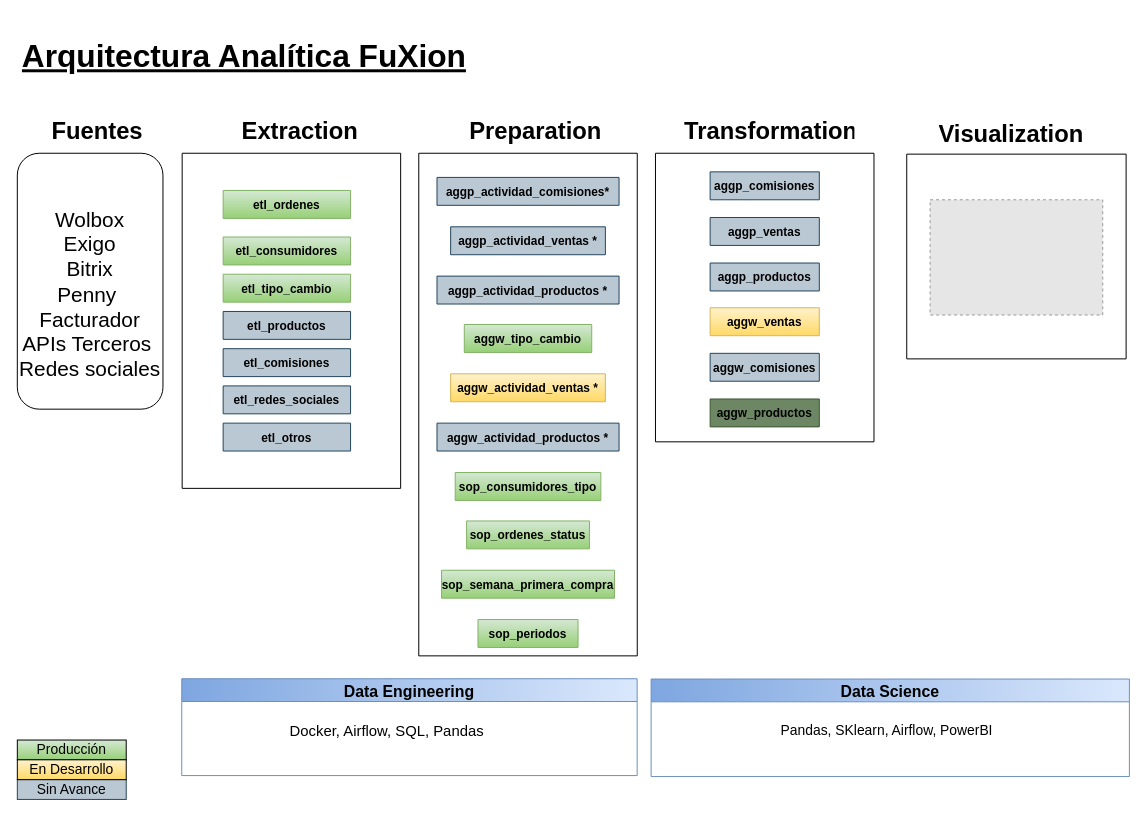
The draw.io diagram page "Architecture High Level" (2 of 4) of fuXion_model.drawio in calobetoleon/fuxion_design, before the edit. Source tidied: cells renumbered, new cells numbered last; positions are measured from the earlier drawing's top-left corner, leaving out a move shared by most shapes. Both pictures are drawn from the tidied source at 99%, with x=0, y=0 at pixel (17, 27). Pictures stored in the file or linked from it are replaced by grey dashed boxes.
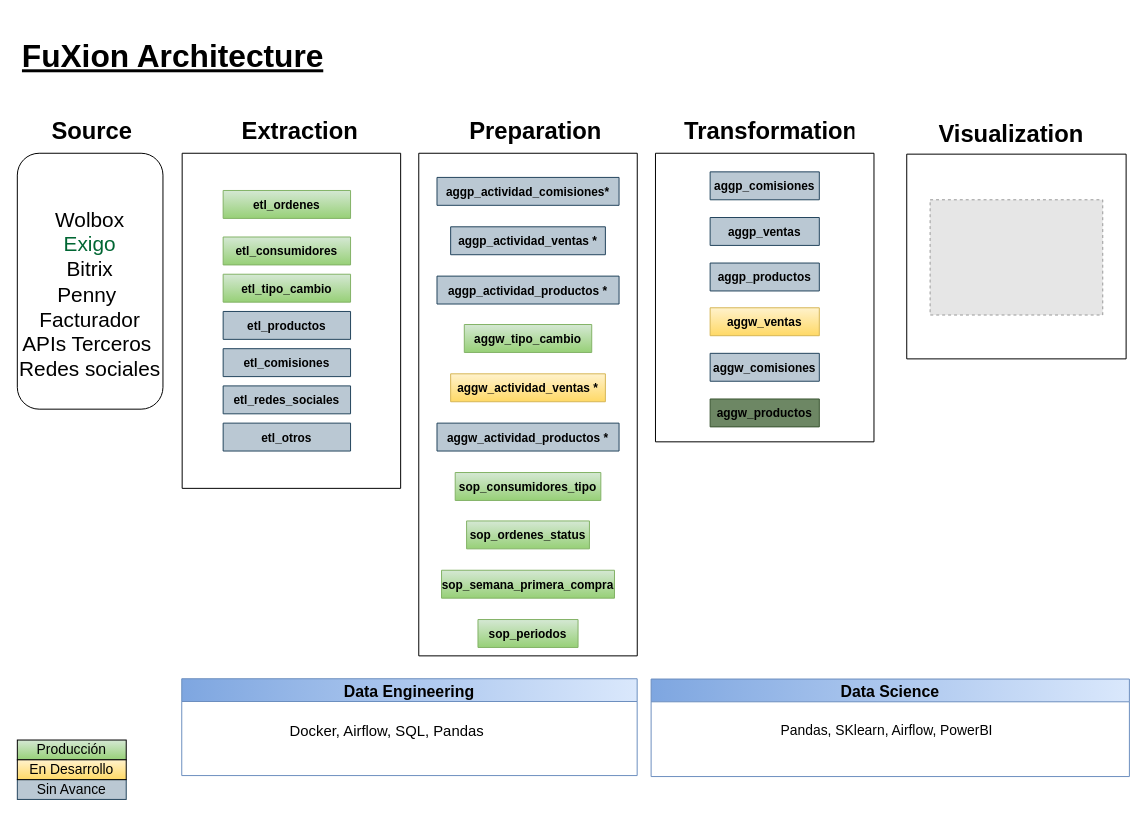
Above is the later version.

The change refers to these unchanged cells:
```xml
<mxCell id="6" style="group;fontColor=default;" parent="1" vertex="1">
  <mxGeometry y="85" width="1120" height="550" as="geometry" />
</mxCell>
```

What changed in the source:
```diff
@@
-    <mxCell id="10" value="&lt;br style=&quot;font-size: 21px&quot;&gt;&lt;span style=&quot;font-family: &amp;quot;calibri&amp;quot; ; font-size: 21px&quot;&gt;Wolbox &lt;br&gt;Exigo&lt;br&gt;Bitrix&lt;br&gt;Penny&amp;nbsp;&lt;br&gt;&lt;/span&gt;&lt;span style=&quot;font-family: &amp;quot;calibri&amp;quot; ; font-size: 21px&quot;&gt;Facturador&lt;br&gt;APIs Terceros&amp;nbsp;&lt;br&gt;&lt;/span&gt;&lt;span style=&quot;font-family: &amp;quot;calibri&amp;quot; ; font-size: 21px&quot;&gt;Redes sociales&lt;/span&gt;" style="rounded=1;whiteSpace=wrap;html=1;fontSize=21;align=center;labelPosition=center;verticalLabelPosition=middle;verticalAlign=middle;fontColor=default;" parent="6" vertex="1">
+    <mxCell id="10" value="&lt;br style=&quot;font-size: 21px&quot;&gt;&lt;span style=&quot;font-family: &amp;#34;calibri&amp;#34; ; font-size: 21px&quot;&gt;Wolbox &lt;br&gt;&lt;font color=&quot;#006633&quot;&gt;Exigo&lt;/font&gt;&lt;br&gt;Bitrix&lt;br&gt;Penny&amp;nbsp;&lt;br&gt;&lt;/span&gt;&lt;span style=&quot;font-family: &amp;#34;calibri&amp;#34; ; font-size: 21px&quot;&gt;Facturador&lt;br&gt;APIs Terceros&amp;nbsp;&lt;br&gt;&lt;/span&gt;&lt;span style=&quot;font-family: &amp;#34;calibri&amp;#34; ; font-size: 21px&quot;&gt;Redes sociales&lt;/span&gt;" style="rounded=1;whiteSpace=wrap;html=1;fontSize=21;align=center;labelPosition=center;verticalLabelPosition=middle;verticalAlign=middle;fontColor=default;" parent="6" vertex="1">
       <mxGeometry y="42.3" width="147.1" height="258.5" as="geometry" />
     </mxCell>
-    <mxCell id="11" value="&lt;h1&gt;Fuentes&lt;/h1&gt;" style="text;html=1;strokeColor=none;fillColor=none;spacing=5;spacingTop=-20;whiteSpace=wrap;overflow=hidden;rounded=0;fontColor=default;" parent="6" vertex="1">
+    <mxCell id="11" value="&lt;h1&gt;Source&lt;/h1&gt;" style="text;html=1;strokeColor=none;fillColor=none;spacing=5;spacingTop=-20;whiteSpace=wrap;overflow=hidden;rounded=0;fontColor=default;" parent="6" vertex="1">
       <mxGeometry x="30.3" width="101.1" height="32.9" as="geometry" />
     </mxCell>
@@
-    <mxCell id="42" value="&lt;h1 style=&quot;font-size: 32px&quot;&gt;Arquitectura Analítica FuXion&lt;/h1&gt;" style="text;html=1;strokeColor=none;fillColor=none;spacing=5;spacingTop=-20;whiteSpace=wrap;overflow=hidden;rounded=0;fontColor=default;fontSize=32;fontStyle=4;" parent="1" vertex="1">
+    <mxCell id="42" value="&lt;h1 style=&quot;font-size: 32px&quot;&gt;FuXion Architecture&lt;/h1&gt;" style="text;html=1;strokeColor=none;fillColor=none;spacing=5;spacingTop=-20;whiteSpace=wrap;overflow=hidden;rounded=0;fontColor=default;fontSize=32;fontStyle=4;" parent="1" vertex="1">
       <mxGeometry width="498" height="50" as="geometry" />
     </mxCell>
```
